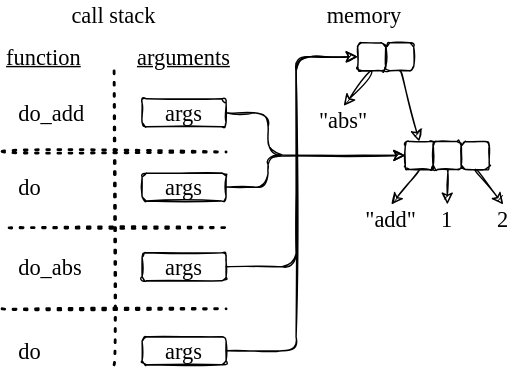
Above: docs/interpreter/interpreter_recursive_evaluation.svg in gvwilson/sdxpy (draw.io), before the change. Source tidied: cells renumbered, new cells last; positions are measured from the earlier drawing's top-left corner, leaving out a move shared by most shapes.
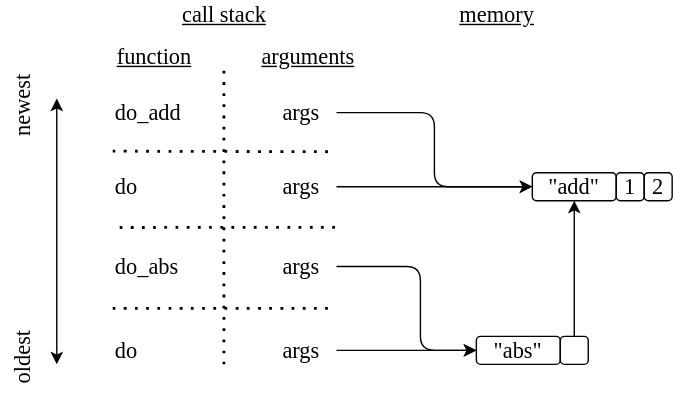
Later version of the same file.

Commit message:
First pass on slides for interpreter

Diff of the diagram source:
```diff
@@ -2,139 +2,117 @@
   <root>
     <mxCell id="0" />
     <mxCell id="1" parent="0" />
-    <mxCell id="2" style="rounded=1;whiteSpace=wrap;html=1;sketch=1;hachureGap=4;fontFamily=Comic Sans MS;fontSize=16;fillColor=none;" parent="1" vertex="1">
-      <mxGeometry x="254" y="30" width="20" height="20" as="geometry" />
+    <mxCell id="2" value="&quot;abs&quot;" style="rounded=1;whiteSpace=wrap;html=1;sketch=0;hachureGap=4;fontFamily=Verdana;fontSize=16;fillColor=none;" parent="1" vertex="1">
+      <mxGeometry x="350" y="240" width="60" height="20" as="geometry" />
     </mxCell>
-    <mxCell id="3" style="rounded=1;whiteSpace=wrap;html=1;sketch=1;hachureGap=4;fontFamily=Comic Sans MS;fontSize=16;fillColor=none;" parent="1" vertex="1">
-      <mxGeometry x="274" y="30" width="20" height="20" as="geometry" />
+    <mxCell id="3" style="rounded=1;whiteSpace=wrap;html=1;sketch=0;hachureGap=4;fontFamily=Verdana;fontSize=16;fillColor=none;" parent="1" vertex="1">
+      <mxGeometry x="410" y="240" width="20" height="20" as="geometry" />
     </mxCell>
-    <mxCell id="4" value="&quot;abs&quot;" style="text;html=1;strokeColor=none;fillColor=none;align=center;verticalAlign=middle;whiteSpace=wrap;rounded=0;sketch=1;hachureGap=4;fontFamily=Comic Sans MS;fontSize=16;" parent="1" vertex="1">
-      <mxGeometry x="224" y="75" width="40" height="20" as="geometry" />
-    </mxCell>
-    <mxCell id="5" style="endArrow=classic;html=1;rounded=0;sketch=1;hachureGap=4;fontFamily=Comic Sans MS;fontSize=16;sourcePerimeterSpacing=8;targetPerimeterSpacing=8;curved=1;entryX=0.5;entryY=0;entryDx=0;entryDy=0;exitX=0.5;exitY=1;exitDx=0;exitDy=0;" parent="1" edge="1" source="2" target="4">
-      <mxGeometry relative="1" as="geometry" />
-    </mxCell>
-    <mxCell id="6" style="endArrow=classic;html=1;rounded=0;sketch=1;hachureGap=4;fontFamily=Comic Sans MS;fontSize=16;sourcePerimeterSpacing=8;targetPerimeterSpacing=8;curved=1;exitX=0.5;exitY=1;exitDx=0;exitDy=0;entryX=0.5;entryY=0;entryDx=0;entryDy=0;" parent="1" edge="1" source="3" target="7">
-      <mxGeometry relative="1" as="geometry" />
-    </mxCell>
-    <mxCell id="7" style="rounded=1;whiteSpace=wrap;html=1;sketch=1;hachureGap=4;fontFamily=Comic Sans MS;fontSize=16;fillColor=none;" parent="1" vertex="1">
-      <mxGeometry x="288" y="100.5" width="20" height="20" as="geometry" />
-    </mxCell>
-    <mxCell id="8" style="rounded=1;whiteSpace=wrap;html=1;sketch=1;hachureGap=4;fontFamily=Comic Sans MS;fontSize=16;fillColor=none;" parent="1" vertex="1">
-      <mxGeometry x="308" y="100.5" width="20" height="20" as="geometry" />
+    <mxCell id="8" value="1" style="rounded=1;whiteSpace=wrap;html=1;sketch=0;hachureGap=4;fontFamily=Verdana;fontSize=16;fillColor=none;" parent="1" vertex="1">
+      <mxGeometry x="450" y="123" width="20" height="20" as="geometry" />
     </mxCell>
-    <mxCell id="9" style="rounded=1;whiteSpace=wrap;html=1;sketch=1;hachureGap=4;fontFamily=Comic Sans MS;fontSize=16;fillColor=none;" parent="1" vertex="1">
-      <mxGeometry x="328" y="100.5" width="20" height="20" as="geometry" />
+    <mxCell id="9" value="2" style="rounded=1;whiteSpace=wrap;html=1;sketch=0;hachureGap=4;fontFamily=Verdana;fontSize=16;fillColor=none;" parent="1" vertex="1">
+      <mxGeometry x="470" y="123" width="20" height="20" as="geometry" />
     </mxCell>
-    <mxCell id="10" value="&quot;add&quot;" style="text;html=1;strokeColor=none;fillColor=none;align=center;verticalAlign=middle;whiteSpace=wrap;rounded=0;sketch=1;hachureGap=4;fontFamily=Comic Sans MS;fontSize=16;" parent="1" vertex="1">
-      <mxGeometry x="258" y="145.5" width="40" height="20" as="geometry" />
-    </mxCell>
-    <mxCell id="11" value="1" style="text;html=1;strokeColor=none;fillColor=none;align=center;verticalAlign=middle;whiteSpace=wrap;rounded=0;sketch=1;hachureGap=4;fontFamily=Comic Sans MS;fontSize=16;" parent="1" vertex="1">
-      <mxGeometry x="308" y="145.5" width="20" height="20" as="geometry" />
-    </mxCell>
-    <mxCell id="12" value="2" style="text;html=1;strokeColor=none;fillColor=none;align=center;verticalAlign=middle;whiteSpace=wrap;rounded=0;sketch=1;hachureGap=4;fontFamily=Comic Sans MS;fontSize=16;" parent="1" vertex="1">
-      <mxGeometry x="348" y="145.5" width="20" height="20" as="geometry" />
-    </mxCell>
-    <mxCell id="13" style="endArrow=classic;html=1;rounded=0;sketch=1;hachureGap=4;fontFamily=Comic Sans MS;fontSize=16;sourcePerimeterSpacing=8;targetPerimeterSpacing=8;curved=1;exitX=0.5;exitY=1;exitDx=0;exitDy=0;entryX=0.5;entryY=0;entryDx=0;entryDy=0;" parent="1" edge="1" source="7" target="10">
-      <mxGeometry relative="1" as="geometry" />
-    </mxCell>
-    <mxCell id="14" style="endArrow=classic;html=1;rounded=0;sketch=1;hachureGap=4;fontFamily=Comic Sans MS;fontSize=16;sourcePerimeterSpacing=8;targetPerimeterSpacing=8;curved=1;exitX=0.5;exitY=1;exitDx=0;exitDy=0;entryX=0.5;entryY=0;entryDx=0;entryDy=0;" parent="1" edge="1" source="8" target="11">
-      <mxGeometry relative="1" as="geometry" />
-    </mxCell>
-    <mxCell id="15" style="endArrow=classic;html=1;rounded=0;sketch=1;hachureGap=4;fontFamily=Comic Sans MS;fontSize=16;sourcePerimeterSpacing=8;targetPerimeterSpacing=8;curved=1;exitX=0.5;exitY=1;exitDx=0;exitDy=0;entryX=0.5;entryY=0;entryDx=0;entryDy=0;" parent="1" edge="1" source="9" target="12">
-      <mxGeometry relative="1" as="geometry" />
-    </mxCell>
-    <mxCell id="16" value="args" style="rounded=1;whiteSpace=wrap;html=1;sketch=1;hachureGap=4;fontFamily=Comic Sans MS;fontSize=16;fillColor=none;" parent="1" vertex="1">
-      <mxGeometry x="100" y="180" width="60" height="20" as="geometry" />
+    <mxCell id="16" value="args" style="rounded=1;whiteSpace=wrap;html=1;sketch=0;hachureGap=4;fontFamily=Verdana;fontSize=16;fillColor=none;strokeColor=none;" parent="1" vertex="1">
+      <mxGeometry x="200" y="180" width="50" height="20" as="geometry" />
     </mxCell>
-    <mxCell id="17" style="endArrow=classic;html=1;rounded=1;sketch=1;hachureGap=4;fontFamily=Comic Sans MS;fontSize=16;sourcePerimeterSpacing=8;targetPerimeterSpacing=8;exitX=1;exitY=0.5;exitDx=0;exitDy=0;entryX=0;entryY=0.5;entryDx=0;entryDy=0;" parent="1" edge="1" source="16" target="2">
+    <mxCell id="17" style="endArrow=classic;html=1;rounded=1;sketch=0;hachureGap=4;fontFamily=Verdana;fontSize=16;sourcePerimeterSpacing=8;targetPerimeterSpacing=8;exitX=1;exitY=0.5;exitDx=0;exitDy=0;entryX=0;entryY=0.5;entryDx=0;entryDy=0;" parent="1" edge="1" source="16" target="2">
       <mxGeometry relative="1" as="geometry">
         <Array as="points">
-          <mxPoint x="210" y="190" />
-          <mxPoint x="210" y="40" />
+          <mxPoint x="310" y="190" />
+          <mxPoint x="310" y="250" />
         </Array>
       </mxGeometry>
     </mxCell>
-    <mxCell id="18" value="do_abs" style="text;html=1;strokeColor=none;fillColor=none;align=left;verticalAlign=middle;whiteSpace=wrap;rounded=0;sketch=1;hachureGap=4;fontFamily=Comic Sans MS;fontSize=16;" parent="1" vertex="1">
-      <mxGeometry x="10" y="180" width="50" height="20" as="geometry" />
+    <mxCell id="18" value="do_abs" style="text;html=1;strokeColor=none;fillColor=none;align=left;verticalAlign=middle;whiteSpace=wrap;rounded=0;sketch=0;hachureGap=4;fontFamily=Verdana;fontSize=16;" parent="1" vertex="1">
+      <mxGeometry x="90" y="180" width="50" height="20" as="geometry" />
     </mxCell>
-    <mxCell id="19" style="endArrow=none;dashed=1;html=1;dashPattern=1 3;strokeWidth=2;rounded=0;sketch=1;hachureGap=4;fontFamily=Comic Sans MS;fontSize=16;sourcePerimeterSpacing=8;targetPerimeterSpacing=8;curved=1;" parent="1" edge="1">
+    <mxCell id="19" style="endArrow=none;dashed=1;html=1;dashPattern=1 3;strokeWidth=2;rounded=0;sketch=0;hachureGap=4;fontFamily=Verdana;fontSize=16;sourcePerimeterSpacing=8;targetPerimeterSpacing=8;curved=1;" parent="1" edge="1">
       <mxGeometry relative="1" as="geometry">
-        <mxPoint y="107.6" as="sourcePoint" />
-        <mxPoint x="160" y="108" as="targetPoint" />
+        <mxPoint x="90" y="107.6" as="sourcePoint" />
+        <mxPoint x="250" y="108" as="targetPoint" />
       </mxGeometry>
     </mxCell>
-    <mxCell id="20" value="args" style="rounded=1;whiteSpace=wrap;html=1;sketch=1;hachureGap=4;fontFamily=Comic Sans MS;fontSize=16;fillColor=none;" parent="1" vertex="1">
-      <mxGeometry x="100" y="70" width="60" height="20" as="geometry" />
+    <mxCell id="20" value="args" style="rounded=1;whiteSpace=wrap;html=1;sketch=0;hachureGap=4;fontFamily=Verdana;fontSize=16;fillColor=none;strokeColor=none;" parent="1" vertex="1">
+      <mxGeometry x="200" y="70" width="50" height="20" as="geometry" />
     </mxCell>
-    <mxCell id="21" value="do_add" style="text;html=1;strokeColor=none;fillColor=none;align=left;verticalAlign=middle;whiteSpace=wrap;rounded=0;sketch=1;hachureGap=4;fontFamily=Comic Sans MS;fontSize=16;" parent="1" vertex="1">
-      <mxGeometry x="10" y="70" width="50" height="20" as="geometry" />
+    <mxCell id="21" value="do_add" style="text;html=1;strokeColor=none;fillColor=none;align=left;verticalAlign=middle;whiteSpace=wrap;rounded=0;sketch=0;hachureGap=4;fontFamily=Verdana;fontSize=16;" parent="1" vertex="1">
+      <mxGeometry x="90" y="70" width="50" height="20" as="geometry" />
     </mxCell>
-    <mxCell id="22" style="endArrow=none;dashed=1;html=1;dashPattern=1 3;strokeWidth=2;rounded=0;sketch=1;hachureGap=4;fontFamily=Comic Sans MS;fontSize=16;sourcePerimeterSpacing=8;targetPerimeterSpacing=8;curved=1;" parent="1" edge="1">
+    <mxCell id="22" style="endArrow=none;dashed=1;html=1;dashPattern=1 3;strokeWidth=2;rounded=0;sketch=0;hachureGap=4;fontFamily=Verdana;fontSize=16;sourcePerimeterSpacing=8;targetPerimeterSpacing=8;curved=1;" parent="1" edge="1">
       <mxGeometry relative="1" as="geometry">
-        <mxPoint x="80" y="260" as="sourcePoint" />
-        <mxPoint x="80" y="50" as="targetPoint" />
+        <mxPoint x="169.5" y="260" as="sourcePoint" />
+        <mxPoint x="169.5" y="50" as="targetPoint" />
       </mxGeometry>
     </mxCell>
-    <mxCell id="23" value="&lt;u style=&quot;font-size: 16px;&quot;&gt;function&lt;/u&gt;" style="text;html=1;strokeColor=none;fillColor=none;align=center;verticalAlign=middle;whiteSpace=wrap;rounded=0;sketch=1;hachureGap=4;fontFamily=Comic Sans MS;fontSize=16;" parent="1" vertex="1">
-      <mxGeometry y="30" width="60" height="20" as="geometry" />
+    <mxCell id="23" value="&lt;u style=&quot;font-size: 16px;&quot;&gt;function&lt;/u&gt;" style="text;html=1;strokeColor=none;fillColor=none;align=center;verticalAlign=middle;whiteSpace=wrap;rounded=0;sketch=0;hachureGap=4;fontFamily=Verdana;fontSize=16;" parent="1" vertex="1">
+      <mxGeometry x="90" y="30" width="60" height="20" as="geometry" />
     </mxCell>
-    <mxCell id="24" value="&lt;u style=&quot;font-size: 16px;&quot;&gt;arguments&lt;/u&gt;" style="text;html=1;strokeColor=none;fillColor=none;align=center;verticalAlign=middle;whiteSpace=wrap;rounded=0;sketch=1;hachureGap=4;fontFamily=Comic Sans MS;fontSize=16;" parent="1" vertex="1">
-      <mxGeometry x="100" y="30" width="60" height="20" as="geometry" />
+    <mxCell id="24" value="&lt;u style=&quot;font-size: 16px;&quot;&gt;arguments&lt;/u&gt;" style="text;html=1;strokeColor=none;fillColor=none;align=center;verticalAlign=middle;whiteSpace=wrap;rounded=0;sketch=0;hachureGap=4;fontFamily=Verdana;fontSize=16;" parent="1" vertex="1">
+      <mxGeometry x="200" y="30" width="60" height="20" as="geometry" />
     </mxCell>
-    <mxCell id="25" value="call stack" style="text;html=1;strokeColor=none;fillColor=none;align=center;verticalAlign=middle;whiteSpace=wrap;rounded=0;sketch=1;hachureGap=4;fontFamily=Comic Sans MS;fontSize=16;" parent="1" vertex="1">
-      <mxGeometry x="40" width="80" height="20" as="geometry" />
+    <mxCell id="25" value="call stack" style="text;html=1;strokeColor=none;fillColor=none;align=center;verticalAlign=middle;whiteSpace=wrap;rounded=0;sketch=0;hachureGap=4;fontFamily=Verdana;fontSize=16;fontStyle=4;" parent="1" vertex="1">
+      <mxGeometry x="130" width="80" height="20" as="geometry" />
     </mxCell>
-    <mxCell id="26" value="memory" style="text;html=1;strokeColor=none;fillColor=none;align=center;verticalAlign=middle;whiteSpace=wrap;rounded=0;sketch=1;hachureGap=4;fontFamily=Comic Sans MS;fontSize=16;" parent="1" vertex="1">
-      <mxGeometry x="229" width="60" height="20" as="geometry" />
+    <mxCell id="26" value="memory" style="text;html=1;strokeColor=none;fillColor=none;align=center;verticalAlign=middle;whiteSpace=wrap;rounded=0;sketch=0;hachureGap=4;fontFamily=Verdana;fontSize=16;fontStyle=4;" parent="1" vertex="1">
+      <mxGeometry x="335" width="60" height="20" as="geometry" />
     </mxCell>
-    <mxCell id="27" value="args" style="rounded=1;whiteSpace=wrap;html=1;sketch=1;hachureGap=4;fontFamily=Comic Sans MS;fontSize=16;fillColor=none;" parent="1" vertex="1">
-      <mxGeometry x="100" y="240" width="60" height="20" as="geometry" />
+    <mxCell id="27" value="args" style="rounded=1;whiteSpace=wrap;html=1;sketch=0;hachureGap=4;fontFamily=Verdana;fontSize=16;fillColor=none;strokeColor=none;" parent="1" vertex="1">
+      <mxGeometry x="200" y="240" width="50" height="20" as="geometry" />
     </mxCell>
-    <mxCell id="28" value="do" style="text;html=1;strokeColor=none;fillColor=none;align=left;verticalAlign=middle;whiteSpace=wrap;rounded=0;sketch=1;hachureGap=4;fontFamily=Comic Sans MS;fontSize=16;" parent="1" vertex="1">
-      <mxGeometry x="10" y="240" width="50" height="20" as="geometry" />
+    <mxCell id="28" value="do" style="text;html=1;strokeColor=none;fillColor=none;align=left;verticalAlign=middle;whiteSpace=wrap;rounded=0;sketch=0;hachureGap=4;fontFamily=Verdana;fontSize=16;" parent="1" vertex="1">
+      <mxGeometry x="90" y="240" width="50" height="20" as="geometry" />
     </mxCell>
-    <mxCell id="29" value="args" style="rounded=1;whiteSpace=wrap;html=1;sketch=1;hachureGap=4;fontFamily=Comic Sans MS;fontSize=16;fillColor=none;" parent="1" vertex="1">
-      <mxGeometry x="100" y="123" width="60" height="20" as="geometry" />
+    <mxCell id="29" value="args" style="rounded=1;whiteSpace=wrap;html=1;sketch=0;hachureGap=4;fontFamily=Verdana;fontSize=16;fillColor=none;strokeColor=none;" parent="1" vertex="1">
+      <mxGeometry x="200" y="123" width="50" height="20" as="geometry" />
     </mxCell>
-    <mxCell id="30" value="do" style="text;html=1;strokeColor=none;fillColor=none;align=left;verticalAlign=middle;whiteSpace=wrap;rounded=0;sketch=1;hachureGap=4;fontFamily=Comic Sans MS;fontSize=16;" parent="1" vertex="1">
-      <mxGeometry x="10" y="123" width="50" height="20" as="geometry" />
+    <mxCell id="30" value="do" style="text;html=1;strokeColor=none;fillColor=none;align=left;verticalAlign=middle;whiteSpace=wrap;rounded=0;sketch=0;hachureGap=4;fontFamily=Verdana;fontSize=16;" parent="1" vertex="1">
+      <mxGeometry x="90" y="123" width="50" height="20" as="geometry" />
     </mxCell>
-    <mxCell id="31" style="endArrow=none;dashed=1;html=1;dashPattern=1 3;strokeWidth=2;rounded=0;sketch=1;hachureGap=4;fontFamily=Comic Sans MS;fontSize=16;sourcePerimeterSpacing=8;targetPerimeterSpacing=8;curved=1;" parent="1" edge="1">
+    <mxCell id="31" style="endArrow=none;dashed=1;html=1;dashPattern=1 3;strokeWidth=2;rounded=0;sketch=0;hachureGap=4;fontFamily=Verdana;fontSize=16;sourcePerimeterSpacing=8;targetPerimeterSpacing=8;curved=1;" parent="1" edge="1">
       <mxGeometry relative="1" as="geometry">
-        <mxPoint x="5" y="162.2" as="sourcePoint" />
-        <mxPoint x="160" y="162" as="targetPoint" />
+        <mxPoint x="95" y="162.2" as="sourcePoint" />
+        <mxPoint x="250" y="162" as="targetPoint" />
       </mxGeometry>
     </mxCell>
-    <mxCell id="32" style="endArrow=none;dashed=1;html=1;dashPattern=1 3;strokeWidth=2;rounded=0;sketch=1;hachureGap=4;fontFamily=Comic Sans MS;fontSize=16;sourcePerimeterSpacing=8;targetPerimeterSpacing=8;curved=1;" parent="1" edge="1">
+    <mxCell id="32" style="endArrow=none;dashed=1;html=1;dashPattern=1 3;strokeWidth=2;rounded=0;sketch=0;hachureGap=4;fontFamily=Verdana;fontSize=16;sourcePerimeterSpacing=8;targetPerimeterSpacing=8;curved=1;" parent="1" edge="1">
       <mxGeometry relative="1" as="geometry">
-        <mxPoint y="220" as="sourcePoint" />
-        <mxPoint x="160" y="220" as="targetPoint" />
+        <mxPoint x="90" y="220" as="sourcePoint" />
+        <mxPoint x="250" y="220" as="targetPoint" />
       </mxGeometry>
     </mxCell>
-    <mxCell id="33" style="endArrow=classic;html=1;rounded=1;sketch=1;hachureGap=4;fontFamily=Comic Sans MS;fontSize=16;sourcePerimeterSpacing=8;targetPerimeterSpacing=8;exitX=1;exitY=0.5;exitDx=0;exitDy=0;entryX=0;entryY=0.5;entryDx=0;entryDy=0;" parent="1" edge="1" source="27" target="2">
-      <mxGeometry relative="1" as="geometry">
-        <Array as="points">
-          <mxPoint x="210" y="250" />
-          <mxPoint x="210" y="40" />
-        </Array>
-      </mxGeometry>
+    <mxCell id="33" style="endArrow=classic;html=1;rounded=1;sketch=0;hachureGap=4;fontFamily=Verdana;fontSize=16;sourcePerimeterSpacing=8;targetPerimeterSpacing=8;exitX=1;exitY=0.5;exitDx=0;exitDy=0;entryX=0;entryY=0.5;entryDx=0;entryDy=0;" parent="1" edge="1" source="27" target="2">
+      <mxGeometry relative="1" as="geometry" />
     </mxCell>
-    <mxCell id="34" style="endArrow=classic;html=1;rounded=1;sketch=1;hachureGap=4;fontFamily=Comic Sans MS;fontSize=16;sourcePerimeterSpacing=8;targetPerimeterSpacing=8;exitX=1;exitY=0.5;exitDx=0;exitDy=0;entryX=0;entryY=0.5;entryDx=0;entryDy=0;" parent="1" edge="1" source="29" target="7">
-      <mxGeometry relative="1" as="geometry">
-        <Array as="points">
-          <mxPoint x="190" y="133" />
-          <mxPoint x="190" y="111" />
-        </Array>
-      </mxGeometry>
+    <mxCell id="34" style="endArrow=classic;html=1;rounded=1;sketch=0;hachureGap=4;fontFamily=Verdana;fontSize=16;sourcePerimeterSpacing=8;targetPerimeterSpacing=8;exitX=1;exitY=0.5;exitDx=0;exitDy=0;entryX=0;entryY=0.5;entryDx=0;entryDy=0;" parent="1" edge="1" source="29" target="10">
+      <mxGeometry relative="1" as="geometry" />
     </mxCell>
-    <mxCell id="35" style="endArrow=classic;html=1;rounded=1;sketch=1;hachureGap=4;fontFamily=Comic Sans MS;fontSize=16;sourcePerimeterSpacing=8;targetPerimeterSpacing=8;exitX=1;exitY=0.5;exitDx=0;exitDy=0;entryX=0;entryY=0.5;entryDx=0;entryDy=0;" parent="1" edge="1" source="20" target="7">
+    <mxCell id="35" style="endArrow=classic;html=1;rounded=1;sketch=0;hachureGap=4;fontFamily=Verdana;fontSize=16;sourcePerimeterSpacing=8;targetPerimeterSpacing=8;exitX=1;exitY=0.5;exitDx=0;exitDy=0;entryX=0;entryY=0.5;entryDx=0;entryDy=0;" parent="1" edge="1" source="20" target="10">
       <mxGeometry relative="1" as="geometry">
         <Array as="points">
-          <mxPoint x="190" y="80" />
-          <mxPoint x="190" y="110" />
+          <mxPoint x="320" y="80" />
+          <mxPoint x="320" y="133" />
         </Array>
       </mxGeometry>
     </mxCell>
+    <mxCell id="10" value="&quot;add&quot;" style="rounded=1;whiteSpace=wrap;html=1;sketch=0;hachureGap=4;fontFamily=Verdana;fontSize=16;fillColor=none;" parent="1" vertex="1">
+      <mxGeometry x="390" y="123" width="60" height="20" as="geometry" />
+    </mxCell>
+    <mxCell id="36" style="endArrow=classic;html=1;rounded=0;sketch=0;fontFamily=Verdana;entryX=0.5;entryY=1;entryDx=0;entryDy=0;exitX=0.5;exitY=0;exitDx=0;exitDy=0;" parent="1" edge="1" source="3" target="10">
+      <mxGeometry relative="1" as="geometry" />
+    </mxCell>
+    <mxCell id="37" style="endArrow=classic;startArrow=classic;html=1;rounded=0;sketch=0;fontFamily=Verdana;" parent="1" edge="1">
+      <mxGeometry relative="1" as="geometry">
+        <mxPoint x="50" y="260" as="sourcePoint" />
+        <mxPoint x="50" y="70" as="targetPoint" />
+      </mxGeometry>
+    </mxCell>
+    <mxCell id="38" value="oldest" style="text;html=1;strokeColor=none;fillColor=none;align=center;verticalAlign=middle;whiteSpace=wrap;rounded=0;fontFamily=Verdana;fontSize=16;rotation=-90;" parent="1" vertex="1">
+      <mxGeometry x="-10" y="240" width="70" height="30" as="geometry" />
+    </mxCell>
+    <mxCell id="39" value="newest" style="text;html=1;strokeColor=none;fillColor=none;align=center;verticalAlign=middle;whiteSpace=wrap;rounded=0;fontFamily=Verdana;fontSize=16;rotation=-90;" parent="1" vertex="1">
+      <mxGeometry x="-10" y="60" width="70" height="30" as="geometry" />
+    </mxCell>
   </root>
 </mxGraphModel>
```
